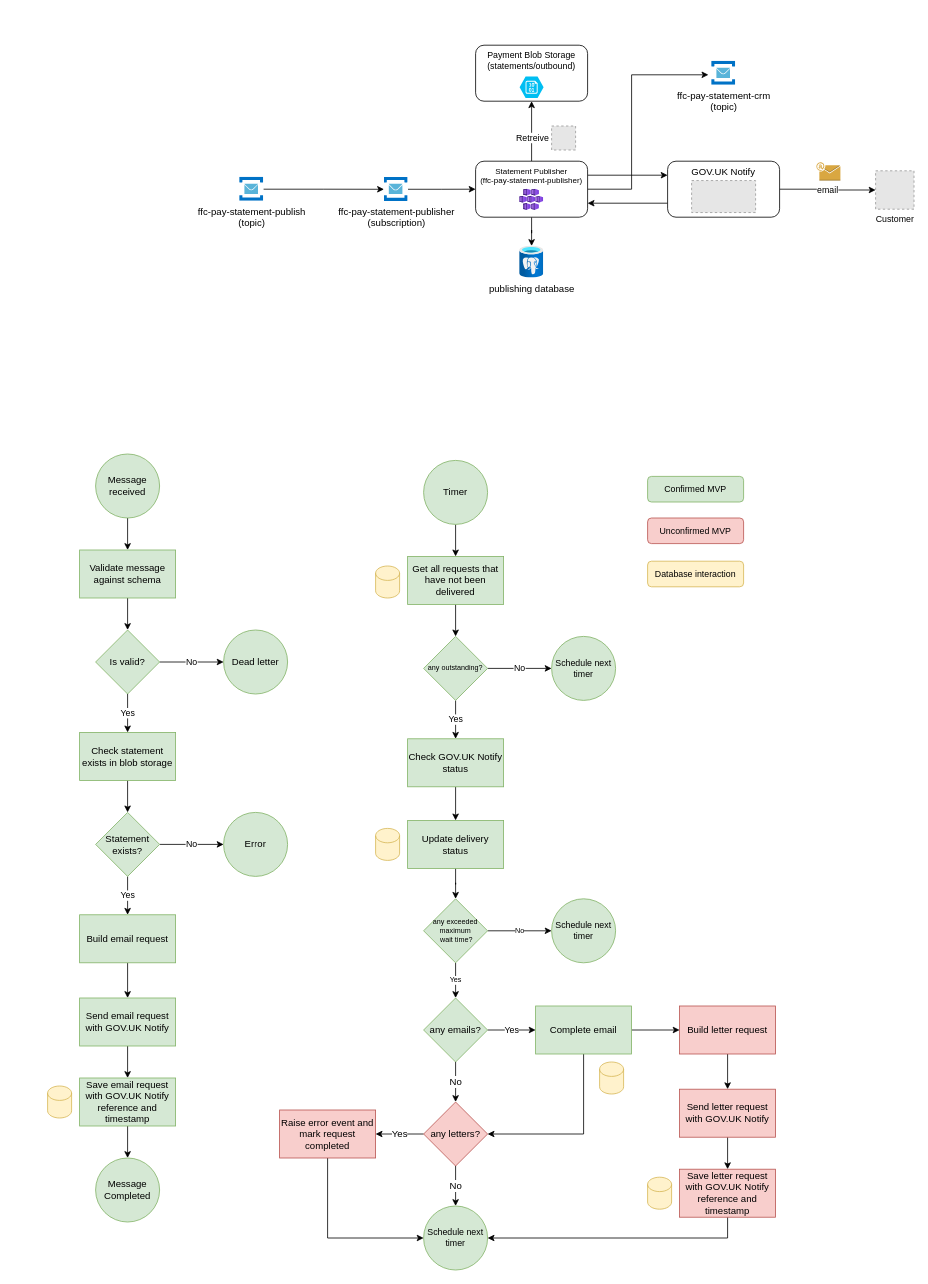
The draw.io diagram Documents/ffc-doc-statement-publisher.drawio in DEFRA/ffc-diagrams, before the edit. Source tidied: cells renumbered, new cells numbered last; positions are measured from the earlier drawing's top-left corner, leaving out a move shared by most shapes. Both pictures are drawn from the tidied source at 80%, with x=0, y=0 at pixel (47, 45). Pictures stored in the file or linked from it are replaced by grey dashed boxes.
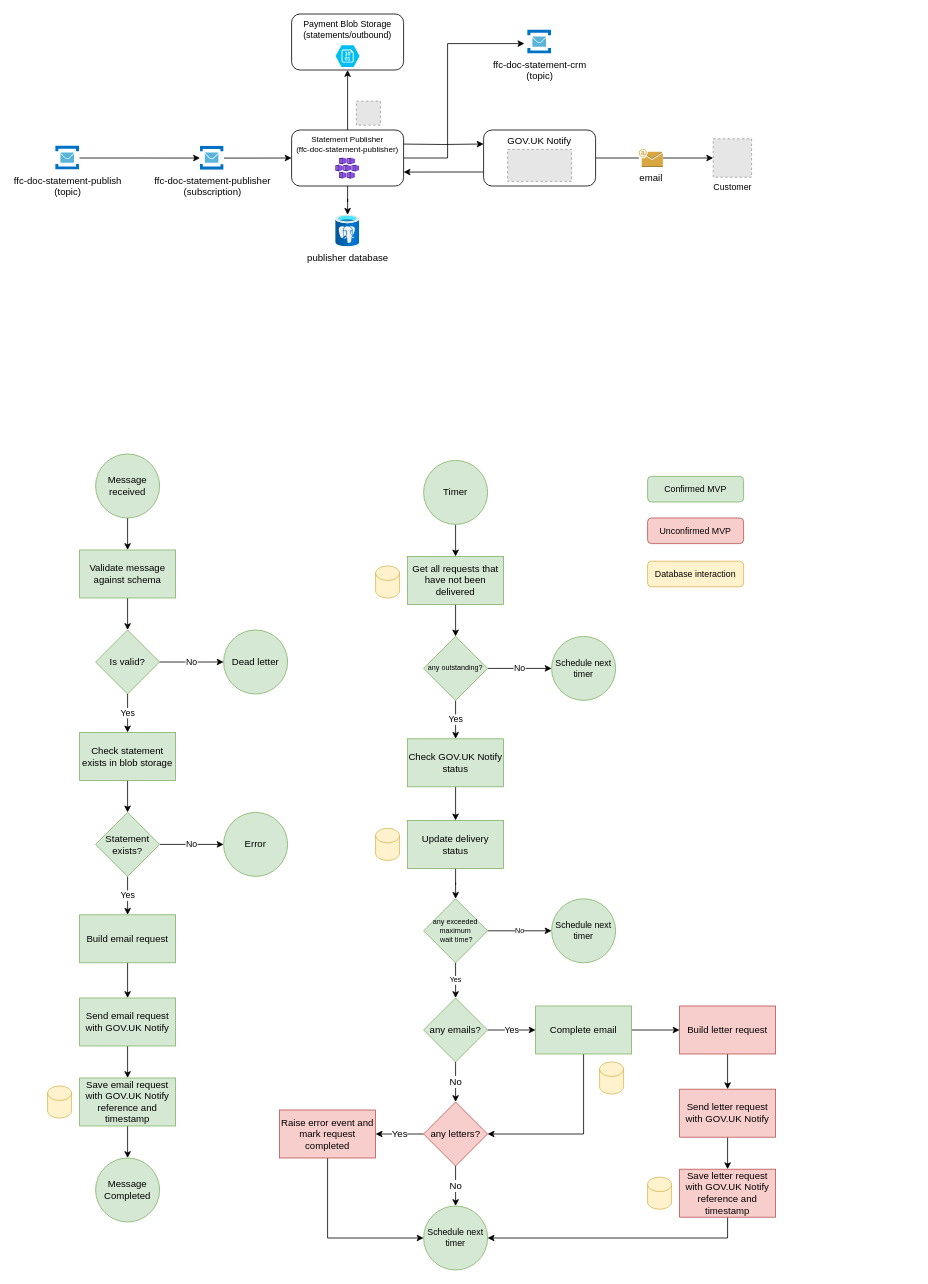
The same page after the edit.

Commit message:
topic/sub/service name changed

Diff of the diagram source:
```diff
@@
     <mxCell id="2" style="edgeStyle=orthogonalEdgeStyle;rounded=0;jettySize=auto;html=1;entryX=1;entryY=0.5;entryDx=0;entryDy=0;startArrow=classic;startFill=1;endArrow=none;endFill=0;exitX=-0.133;exitY=0.567;exitDx=0;exitDy=0;exitPerimeter=0;" parent="1" edge="1" source="3" target="71">
       <mxGeometry relative="1" as="geometry">
         <Array as="points">
-          <mxPoint x="730" y="37" />
-          <mxPoint x="730" y="180" />
+          <mxPoint x="500" y="-2" />
+          <mxPoint x="500" y="141" />
         </Array>
       </mxGeometry>
     </mxCell>
-    <mxCell id="3" value="ffc-pay-statement-crm&lt;br&gt;(topic)" style="sketch=0;html=1;points=[];align=center;image;fontSize=12;image=img/lib/mscae/Service_Bus.svg;" parent="1" vertex="1">
-      <mxGeometry x="830" y="20" width="30" height="30" as="geometry" />
+    <mxCell id="3" value="ffc-doc-statement-crm&lt;br&gt;(topic)" style="sketch=0;html=1;points=[];align=center;image;fontSize=12;image=img/lib/mscae/Service_Bus.svg;" parent="1" vertex="1">
+      <mxGeometry x="600" y="-19" width="30" height="30" as="geometry" />
     </mxCell>
@@
     <mxCell id="67" style="edgeStyle=orthogonalEdgeStyle;rounded=0;jettySize=auto;html=1;fontSize=11;" parent="1" edge="1" source="71" target="73">
       <mxGeometry relative="1" as="geometry">
         <Array as="points">
-          <mxPoint x="605" y="56" />
+          <mxPoint x="375" y="17" />
         </Array>
       </mxGeometry>
     </mxCell>
-    <mxCell id="68" value="Retreive" style="edgeLabel;html=1;align=center;verticalAlign=middle;" parent="67" vertex="1">
-      <mxGeometry x="-0.2" relative="1" as="geometry" />
-    </mxCell>
@@
-    <mxCell id="70" style="edgeStyle=orthogonalEdgeStyle;rounded=0;jettySize=auto;html=1;exitX=1;exitY=0.25;exitDx=0;exitDy=0;entryX=0;entryY=0.25;entryDx=0;entryDy=0;" parent="1" edge="1" source="71" target="82">
-      <mxGeometry relative="1" as="geometry" />
-    </mxCell>
-    <mxCell id="71" value="Statement Publisher&lt;br style=&quot;font-size: 10px;&quot;&gt;(ffc-pay-statement-publisher)" style="rounded=1;whiteSpace=wrap;html=1;verticalAlign=top;fontSize=10;" parent="1" vertex="1">
-      <mxGeometry x="535" y="145" width="140" height="70" as="geometry" />
+    <mxCell id="71" value="Statement Publisher&lt;br style=&quot;font-size: 10px;&quot;&gt;(ffc-doc-statement-publisher)" style="rounded=1;whiteSpace=wrap;html=1;verticalAlign=top;fontSize=10;" parent="1" vertex="1">
+      <mxGeometry x="305" y="106" width="140" height="70" as="geometry" />
     </mxCell>
     <mxCell id="72" style="html=1;align=center;image;fontSize=12;image=img/lib/azure2/compute/Kubernetes_Services.svg;" parent="1" vertex="1">
-      <mxGeometry x="590" y="179.9" width="30" height="26.5" as="geometry" />
+      <mxGeometry x="360" y="140.9" width="30" height="26.5" as="geometry" />
     </mxCell>
     <mxCell id="73" value="Payment Blob Storage&lt;br style=&quot;font-size: 11px;&quot;&gt;(statements/outbound)" style="rounded=1;whiteSpace=wrap;html=1;verticalAlign=top;fontSize=11;" parent="1" vertex="1">
-      <mxGeometry x="535" width="140" height="70" as="geometry" />
+      <mxGeometry x="305" y="-39" width="140" height="70" as="geometry" />
     </mxCell>
     <mxCell id="74" style="verticalLabelPosition=bottom;html=1;verticalAlign=top;align=center;strokeColor=none;fillColor=#00BEF2;shape=mxgraph.azure.storage_blob;" parent="1" vertex="1">
-      <mxGeometry x="590" y="39.1" width="30" height="27" as="geometry" />
+      <mxGeometry x="360" y="0.1" width="30" height="27" as="geometry" />
     </mxCell>
-    <mxCell id="75" value="Customer" style="fillColor=#E6E6E6;strokeColor=#999999;dashed=1;html=1;verticalAlign=top;verticalLabelPosition=bottom;labelBackgroundColor=#ffffff;fontSize=11;" parent="1" vertex="1">
-      <mxGeometry x="1035" y="157" width="48" height="48" as="geometry" />
-    </mxCell>
@@
-    <mxCell id="77" value="ffc-pay-statement-publish&lt;br&gt;(topic)" style="sketch=0;html=1;points=[];align=center;image;fontSize=12;image=img/lib/mscae/Service_Bus.svg;" parent="1" vertex="1">
-      <mxGeometry x="240" y="165" width="30" height="30" as="geometry" />
+    <mxCell id="77" value="ffc-doc-statement-publish&lt;br&gt;(topic)" style="sketch=0;html=1;points=[];align=center;image;fontSize=12;image=img/lib/mscae/Service_Bus.svg;" parent="1" vertex="1">
+      <mxGeometry x="10" y="126" width="30" height="30" as="geometry" />
     </mxCell>
@@
-    <mxCell id="79" value="ffc-pay-statement-publisher&lt;br&gt;(subscription)" style="sketch=0;html=1;points=[];align=center;image;fontSize=12;image=img/lib/mscae/Service_Bus.svg;" parent="1" vertex="1">
-      <mxGeometry x="420.5" y="165.1" width="30" height="30" as="geometry" />
+    <mxCell id="79" value="ffc-doc-statement-publisher&lt;br&gt;(subscription)" style="sketch=0;html=1;points=[];align=center;image;fontSize=12;image=img/lib/mscae/Service_Bus.svg;" parent="1" vertex="1">
+      <mxGeometry x="190.5" y="126.1" width="30" height="30" as="geometry" />
     </mxCell>
-    <mxCell id="80" value="email" style="edgeStyle=orthogonalEdgeStyle;rounded=0;jettySize=auto;html=1;entryX=0;entryY=0.5;entryDx=0;entryDy=0;" parent="1" edge="1" source="82" target="75">
-      <mxGeometry relative="1" as="geometry" />
-    </mxCell>
-    <mxCell id="81" style="edgeStyle=orthogonalEdgeStyle;rounded=0;jettySize=auto;html=1;exitX=0;exitY=0.75;exitDx=0;exitDy=0;entryX=1;entryY=0.75;entryDx=0;entryDy=0;" parent="1" edge="1" source="82" target="71">
-      <mxGeometry relative="1" as="geometry" />
-    </mxCell>
-    <mxCell id="82" value="GOV.UK Notify" style="rounded=1;whiteSpace=wrap;html=1;verticalAlign=top;fontSize=12;" parent="1" vertex="1">
-      <mxGeometry x="775" y="145" width="140" height="70" as="geometry" />
-    </mxCell>
-    <mxCell id="83" style="fillColor=#E6E6E6;strokeColor=#999999;dashed=1;verticalLabelPosition=bottom;labelBackgroundColor=default;verticalAlign=top;" parent="1" vertex="1">
-      <mxGeometry x="805" y="169.2" width="80" height="40" as="geometry" />
-    </mxCell>
-    <mxCell id="84" style="dashed=0;verticalLabelPosition=bottom;verticalAlign=top;align=center;html=1;shape=mxgraph.aws3.email;fillColor=#D9A741;gradientColor=none;" parent="1" vertex="1">
-      <mxGeometry x="961" y="146.4" width="30" height="22.8" as="geometry" />
-    </mxCell>
     <mxCell id="85" style="fillColor=#E6E6E6;strokeColor=#999999;dashed=1;html=1;verticalAlign=top;verticalLabelPosition=bottom;labelBackgroundColor=#ffffff;" parent="1" vertex="1">
-      <mxGeometry x="630" y="101" width="30" height="30" as="geometry" />
+      <mxGeometry x="386" y="70" width="30" height="30" as="geometry" />
     </mxCell>
-    <mxCell id="86" value="publishing database" style="html=1;points=[];align=center;image;fontSize=12;image=img/lib/azure2/databases/Azure_Database_PostgreSQL_Server.svg;" parent="1" vertex="1">
-      <mxGeometry x="590" y="251" width="30" height="40" as="geometry" />
+    <mxCell id="86" value="publisher database" style="html=1;points=[];align=center;image;fontSize=12;image=img/lib/azure2/databases/Azure_Database_PostgreSQL_Server.svg;" parent="1" vertex="1">
+      <mxGeometry x="360" y="212" width="30" height="40" as="geometry" />
     </mxCell>
+    <mxCell id="87" style="edgeStyle=orthogonalEdgeStyle;rounded=0;jettySize=auto;html=1;exitX=1;exitY=0.25;exitDx=0;exitDy=0;entryX=0;entryY=0.25;entryDx=0;entryDy=0;" parent="1" edge="1" target="82">
+      <mxGeometry relative="1" as="geometry">
+        <mxPoint x="445" y="123.6" as="sourcePoint" />
+      </mxGeometry>
+    </mxCell>
+    <mxCell id="75" value="Customer" style="fillColor=#E6E6E6;strokeColor=#999999;dashed=1;html=1;verticalAlign=top;verticalLabelPosition=bottom;labelBackgroundColor=#ffffff;fontSize=11;" parent="1" vertex="1">
+      <mxGeometry x="832" y="117" width="48" height="48" as="geometry" />
+    </mxCell>
+    <mxCell id="88" style="edgeStyle=orthogonalEdgeStyle;rounded=0;jettySize=auto;html=1;endArrow=none;endFill=0;" parent="1" edge="1" source="82" target="80">
+      <mxGeometry relative="1" as="geometry" />
+    </mxCell>
+    <mxCell id="89" style="edgeStyle=orthogonalEdgeStyle;rounded=0;jettySize=auto;html=1;exitX=0;exitY=0.75;exitDx=0;exitDy=0;entryX=1;entryY=0.75;entryDx=0;entryDy=0;" parent="1" edge="1" source="82">
+      <mxGeometry relative="1" as="geometry">
+        <mxPoint x="445" y="158.6" as="targetPoint" />
+      </mxGeometry>
+    </mxCell>
+    <mxCell id="82" value="GOV.UK Notify" style="rounded=1;whiteSpace=wrap;html=1;verticalAlign=top;fontSize=12;" parent="1" vertex="1">
+      <mxGeometry x="545" y="106" width="140" height="70" as="geometry" />
+    </mxCell>
+    <mxCell id="90" style="fillColor=#E6E6E6;strokeColor=#999999;dashed=1;verticalLabelPosition=bottom;labelBackgroundColor=default;verticalAlign=top;" parent="1" vertex="1">
+      <mxGeometry x="575" y="130.2" width="80" height="40" as="geometry" />
+    </mxCell>
+    <mxCell id="91" style="edgeStyle=orthogonalEdgeStyle;rounded=0;jettySize=auto;html=1;" parent="1" edge="1" source="80" target="75">
+      <mxGeometry relative="1" as="geometry" />
+    </mxCell>
+    <mxCell id="80" value="email" style="outlineConnect=0;dashed=0;verticalLabelPosition=bottom;verticalAlign=top;align=center;html=1;shape=mxgraph.aws3.email;fillColor=#D9A741;gradientColor=none;" parent="1" vertex="1">
+      <mxGeometry x="739" y="129.6" width="30" height="22.8" as="geometry" />
+    </mxCell>
```
